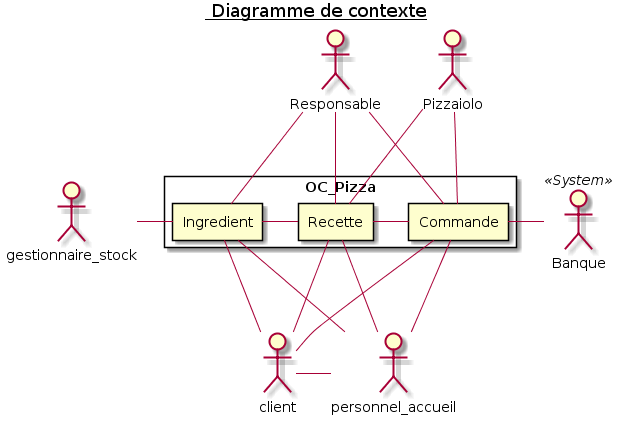
Zepmanbc/oc_dapython_pr4 keeps this PlantUML diagram as doc/img/1_contextDiagram.png. Above is the earlier version.
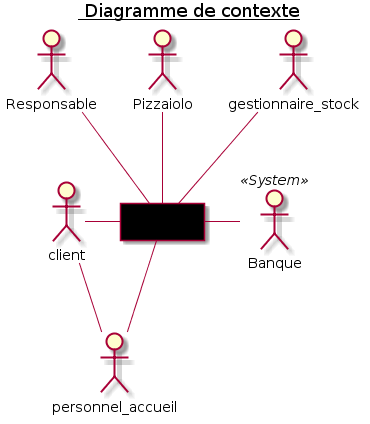
Later version of the same file.

Commit message:
modification context diagram

What changed in the source:
```diff
@@ -1,11 +1,7 @@
 @startuml 1_contextDiagram
 title <u> Diagramme de contexte</u>
 
-rectangle OC_Pizza {
-    rectangle Commande AS CMD
-    rectangle Recette AS RECIPE
-    rectangle Ingredient AS ITEM
-}
+agent OC_Pizza #000000
 
 actor Responsable as RESP
 actor Pizzaiolo as PIZLO
@@ -15,36 +11,16 @@
 actor client as CUSTOMER
 actor personnel_accueil as ACCUEIL
 
-
 actor gestionnaire_stock as GEST
 
+RESP -- OC_Pizza
+GEST -- OC_Pizza
+PIZLO -- OC_Pizza
 
-GEST -r- ITEM
+CUSTOMER - OC_Pizza
+OC_Pizza -- ACCUEIL
+CUSTOMER -- ACCUEIL
 
-CMD - RECIPE
-RECIPE - ITEM
-
-RESP -- RECIPE
-RESP -- ITEM
-RESP -- CMD
-
-PIZLO -- RECIPE
-PIZLO -- CMD
-
-
-CMD - BANK
-
-
-CMD -- CUSTOMER
-CMD -- ACCUEIL
-RECIPE -- CUSTOMER
-RECIPE -- ACCUEIL
-CUSTOMER - ACCUEIL
-ITEM -- CUSTOMER
-ITEM -- ACCUEIL
-
-
-
-
+OC_Pizza - BANK
 
 @enduml
```
